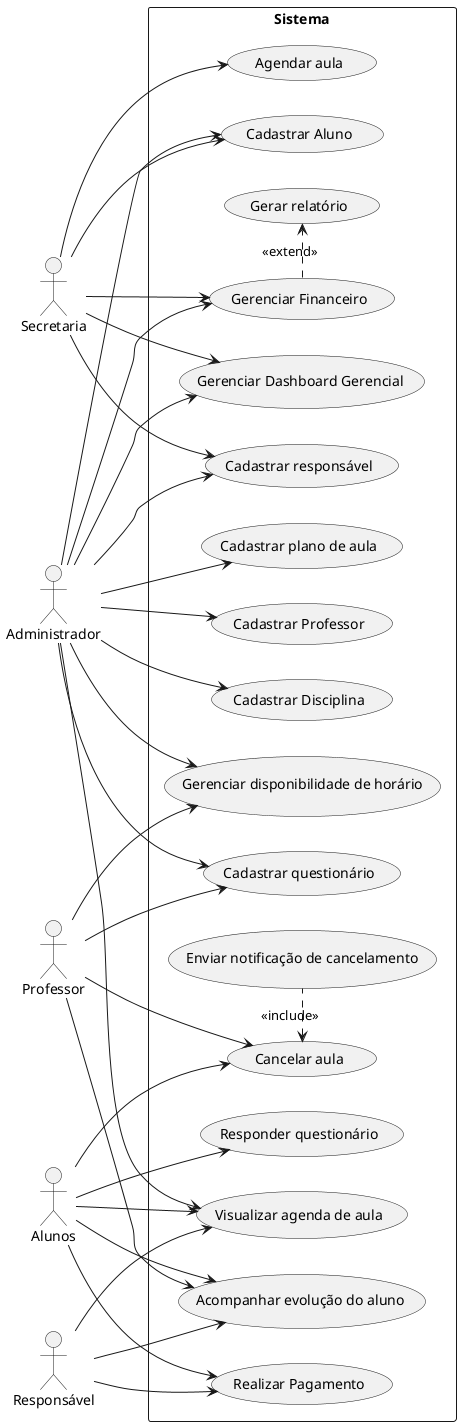
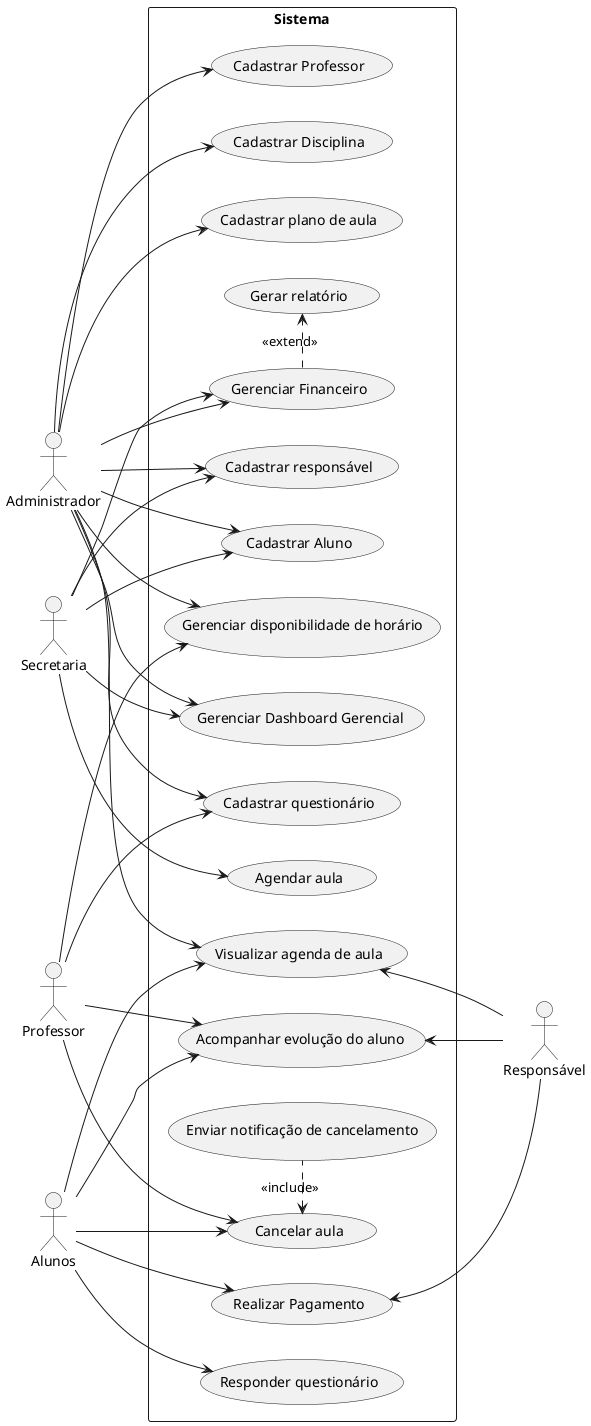
@startuml usecases
left to right direction

' --- ATORES ---
' Atores do lado esquerdo
actor "Administrador" as Admin
actor "Professor" as Professor

' Ator Superior e Inferior
actor "Alunos" as Aluno
actor "Responsável" as Responsavel

' Ator do lado direito
actor "Secretaria" as Secretaria

' --- LIMITE DO SISTEMA ---
rectangle "Sistema" {

    ' Casos de Uso - Coluna Esquerda
    usecase "Realizar Pagamento" as UC1
    usecase "Acompanhar evolução do aluno" as UC2
    usecase "Agendar aula" as UC3
    usecase "Visualizar agenda de aula" as UC4
    usecase "Cadastrar Disciplina" as UC5
    usecase "Cadastrar plano de aula" as UC6

    ' Casos de Uso - Coluna Centro/Direita
    usecase "Cadastrar responsável" as UC7
    usecase "Cadastrar Aluno" as UC8
    usecase "Cadastrar Professor" as UC9
    usecase "Gerenciar Financeiro" as UC10
    usecase "Gerenciar Dashboard Gerencial" as UC11
    usecase "Responder questionário" as UC12
    usecase "Gerenciar disponibilidade de horário" as UC13
    usecase "Cadastrar questionário" as UC14
    usecase "Cancelar aula" as UC15

    ' Casos de uso avulsos que recebem setas tracejadas (includes/extends)
    usecase "Enviar notificação de cancelamento" as UCAuxA
    usecase "Gerar relatório" as UCAuxB

}

' --- RELACIONAMENTOS (ASSOCIAÇÕES) ---
' Nota: As linhas abaixo simulam os traços principais vistos na imagem.
' Ajuste conforme a necessidade real do seu diagrama.

Responsavel --> UC1
- Responsavel --> UC2
- Responsavel --> UC4
+ UC2 <-- Responsavel
+ UC4 <-- Responsavel

Aluno --> UC1
Aluno --> UC2
Aluno --> UC4
Aluno --> UC12
Aluno --> UC15

Professor --> UC2
Professor --> UC13
Professor --> UC14
Professor --> UC15

Secretaria --> UC3
Secretaria --> UC7
Secretaria --> UC8
Secretaria --> UC10
Secretaria --> UC11

Admin --> UC4
Admin --> UC5
Admin --> UC6
Admin --> UC7
Admin --> UC8
Admin --> UC9
Admin --> UC10
Admin --> UC11
Admin --> UC13
Admin --> UC14

' --- RELACIONAMENTOS ESPECIAIS (INCLUDE / EXTEND) ---
' Representam as setas tracejadas com << ... >> na sua imagem
UC15 <. UCAuxA : <<include>>
UC10 .> UCAuxB : <<extend>>

' --- GENERALIZAÇÃO DE ATORES (Se houver) ---
' Há setas com triângulos vazios na imagem que parecem ligar atores,
' ou atores a casos de uso. Caso um ator herde de outro, use a sintaxe abaixo:
' AtorEsq2 --|> AtorEsq1

@enduml